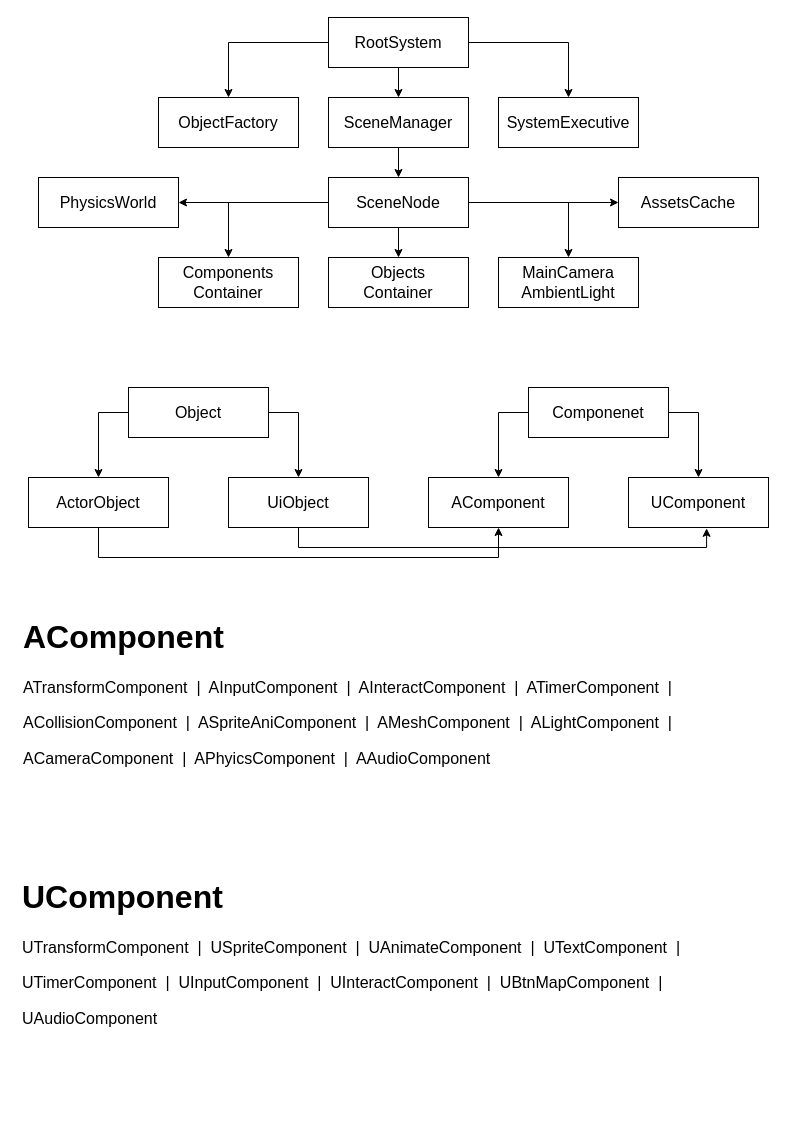
HIBICUS-CAI/HycFrame3D keeps this draw.io diagram as page "Overview" (2 of 3) of HycFrame3D.drawio. Above is the earlier version. Source tidied: cells renumbered, new cells numbered last; positions are measured from the earlier drawing's top-left corner, leaving out a move shared by most shapes. Both pictures are drawn from the tidied source at 100%, with x=0, y=0 at pixel (17, 17).
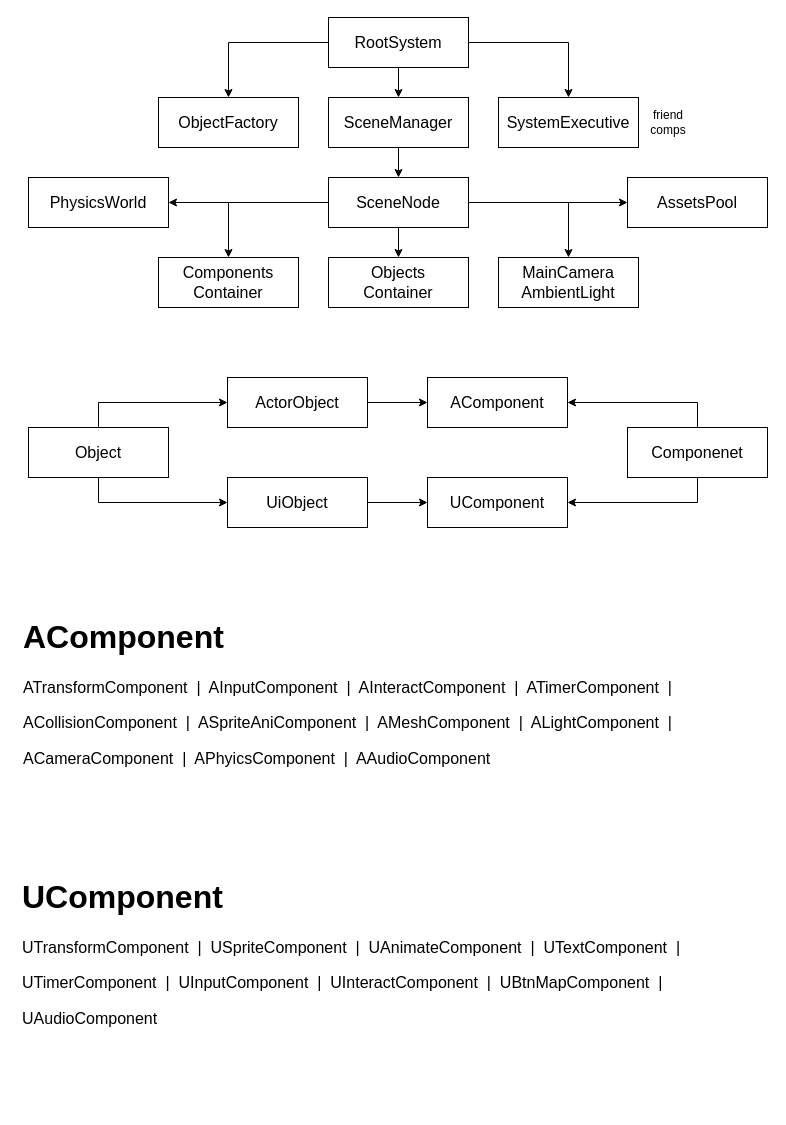
Above is the later version.

Diff of the diagram source:
```diff
@@
-    <mxCell id="19" style="edgeStyle=orthogonalEdgeStyle;rounded=0;jettySize=auto;html=1;exitX=0;exitY=0.5;exitDx=0;exitDy=0;entryX=0.5;entryY=0;entryDx=0;entryDy=0;fontSize=16;" parent="1" edge="1" source="21" target="23">
+    <mxCell id="19" style="edgeStyle=orthogonalEdgeStyle;rounded=0;jettySize=auto;html=1;exitX=0.5;exitY=0;exitDx=0;exitDy=0;entryX=0;entryY=0.5;entryDx=0;entryDy=0;" parent="1" edge="1" source="21" target="23">
       <mxGeometry relative="1" as="geometry" />
     </mxCell>
-    <mxCell id="20" style="edgeStyle=orthogonalEdgeStyle;rounded=0;jettySize=auto;html=1;exitX=1;exitY=0.5;exitDx=0;exitDy=0;entryX=0.5;entryY=0;entryDx=0;entryDy=0;fontSize=16;" parent="1" edge="1" source="21" target="25">
+    <mxCell id="20" style="edgeStyle=orthogonalEdgeStyle;rounded=0;jettySize=auto;html=1;exitX=0.5;exitY=1;exitDx=0;exitDy=0;entryX=0;entryY=0.5;entryDx=0;entryDy=0;" parent="1" edge="1" source="21" target="25">
       <mxGeometry relative="1" as="geometry" />
     </mxCell>
     <mxCell id="21" value="Object" style="rounded=0;whiteSpace=wrap;html=1;fontSize=16;" parent="1" vertex="1">
-      <mxGeometry x="111" y="370" width="140" height="50" as="geometry" />
+      <mxGeometry x="11" y="410" width="140" height="50" as="geometry" />
     </mxCell>
-    <mxCell id="22" style="edgeStyle=orthogonalEdgeStyle;rounded=0;jettySize=auto;html=1;exitX=0.5;exitY=1;exitDx=0;exitDy=0;entryX=0.5;entryY=1;entryDx=0;entryDy=0;fontSize=16;" parent="1" edge="1" source="23" target="29">
-      <mxGeometry relative="1" as="geometry">
-        <Array as="points">
-          <mxPoint x="81" y="540" />
-          <mxPoint x="481" y="540" />
-        </Array>
-      </mxGeometry>
+    <mxCell id="22" style="edgeStyle=orthogonalEdgeStyle;rounded=0;jettySize=auto;html=1;exitX=1;exitY=0.5;exitDx=0;exitDy=0;entryX=0;entryY=0.5;entryDx=0;entryDy=0;strokeColor=default;" parent="1" edge="1" source="23" target="29">
+      <mxGeometry relative="1" as="geometry" />
     </mxCell>
     <mxCell id="23" value="ActorObject" style="rounded=0;whiteSpace=wrap;html=1;fontSize=16;" parent="1" vertex="1">
-      <mxGeometry x="11" y="460" width="140" height="50" as="geometry" />
+      <mxGeometry x="210" y="360" width="140" height="50" as="geometry" />
     </mxCell>
-    <mxCell id="24" style="edgeStyle=orthogonalEdgeStyle;rounded=0;jettySize=auto;html=1;exitX=0.5;exitY=1;exitDx=0;exitDy=0;entryX=0.558;entryY=1.017;entryDx=0;entryDy=0;entryPerimeter=0;fontSize=16;" parent="1" edge="1" source="25" target="30">
+    <mxCell id="24" style="edgeStyle=orthogonalEdgeStyle;rounded=0;jettySize=auto;html=1;exitX=1;exitY=0.5;exitDx=0;exitDy=0;entryX=0;entryY=0.5;entryDx=0;entryDy=0;strokeColor=default;" parent="1" edge="1" source="25" target="30">
       <mxGeometry relative="1" as="geometry" />
     </mxCell>
     <mxCell id="25" value="UiObject" style="rounded=0;whiteSpace=wrap;html=1;fontSize=16;" parent="1" vertex="1">
-      <mxGeometry x="211" y="460" width="140" height="50" as="geometry" />
+      <mxGeometry x="210" y="460" width="140" height="50" as="geometry" />
     </mxCell>
-    <mxCell id="26" style="edgeStyle=orthogonalEdgeStyle;rounded=0;jettySize=auto;html=1;exitX=0;exitY=0.5;exitDx=0;exitDy=0;entryX=0.5;entryY=0;entryDx=0;entryDy=0;fontSize=16;" parent="1" edge="1" source="28" target="29">
+    <mxCell id="26" style="edgeStyle=orthogonalEdgeStyle;rounded=0;jettySize=auto;html=1;exitX=0.5;exitY=0;exitDx=0;exitDy=0;entryX=1;entryY=0.5;entryDx=0;entryDy=0;" parent="1" edge="1" source="28" target="29">
       <mxGeometry relative="1" as="geometry" />
     </mxCell>
-    <mxCell id="27" style="edgeStyle=orthogonalEdgeStyle;rounded=0;jettySize=auto;html=1;exitX=1;exitY=0.5;exitDx=0;exitDy=0;entryX=0.5;entryY=0;entryDx=0;entryDy=0;fontSize=16;" parent="1" edge="1" source="28" target="30">
+    <mxCell id="27" style="edgeStyle=orthogonalEdgeStyle;rounded=0;jettySize=auto;html=1;exitX=0.5;exitY=1;exitDx=0;exitDy=0;entryX=1;entryY=0.5;entryDx=0;entryDy=0;" parent="1" edge="1" source="28" target="30">
       <mxGeometry relative="1" as="geometry" />
     </mxCell>
     <mxCell id="28" value="Componenet" style="rounded=0;whiteSpace=wrap;html=1;fontSize=16;" parent="1" vertex="1">
-      <mxGeometry x="511" y="370" width="140" height="50" as="geometry" />
+      <mxGeometry x="610" y="410" width="140" height="50" as="geometry" />
     </mxCell>
     <mxCell id="29" value="AComponent" style="rounded=0;whiteSpace=wrap;html=1;fontSize=16;" parent="1" vertex="1">
-      <mxGeometry x="411" y="460" width="140" height="50" as="geometry" />
+      <mxGeometry x="410" y="360" width="140" height="50" as="geometry" />
     </mxCell>
     <mxCell id="30" value="UComponent" style="rounded=0;whiteSpace=wrap;html=1;fontSize=16;" parent="1" vertex="1">
-      <mxGeometry x="611" y="460" width="140" height="50" as="geometry" />
+      <mxGeometry x="410" y="460" width="140" height="50" as="geometry" />
     </mxCell>
@@
-    <mxCell id="33" value="&lt;span&gt;AssetsCache&lt;br&gt;&lt;/span&gt;" style="rounded=0;whiteSpace=wrap;html=1;fontSize=16;" parent="1" vertex="1">
-      <mxGeometry x="601" y="160" width="140" height="50" as="geometry" />
+    <mxCell id="33" value="&lt;span&gt;AssetsPool&lt;br&gt;&lt;/span&gt;" style="rounded=0;whiteSpace=wrap;html=1;fontSize=16;" parent="1" vertex="1">
+      <mxGeometry x="610" y="160" width="140" height="50" as="geometry" />
     </mxCell>
     <mxCell id="34" value="&lt;span&gt;PhysicsWorld&lt;br&gt;&lt;/span&gt;" style="rounded=0;whiteSpace=wrap;html=1;fontSize=16;" parent="1" vertex="1">
-      <mxGeometry x="21" y="160" width="140" height="50" as="geometry" />
+      <mxGeometry x="11" y="160" width="140" height="50" as="geometry" />
     </mxCell>
+    <mxCell id="35" value="friend comps" style="text;html=1;strokeColor=none;fillColor=none;align=center;verticalAlign=middle;whiteSpace=wrap;rounded=0;" parent="1" vertex="1">
+      <mxGeometry x="621" y="90" width="60" height="30" as="geometry" />
+    </mxCell>
```
